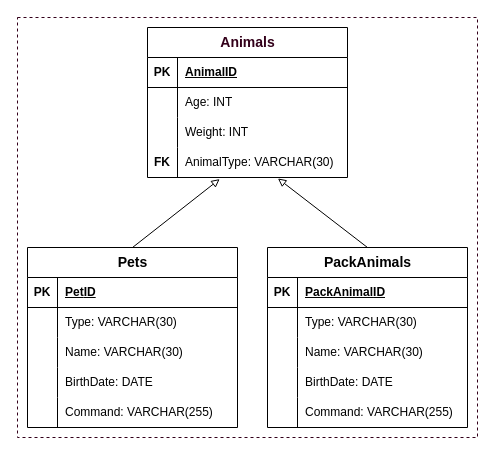
Before: OOP/ClassDiagram/class-diagram.drawio in PDV-geekbrains/The-final-task-of-the-first-year-of-study, a draw.io diagram. Source tidied: cells renumbered, new cells numbered last; positions are measured from the earlier drawing's top-left corner, leaving out a move shared by most shapes. Both pictures are drawn from the tidied source at 100%, with x=0, y=0 at pixel (17, 17).
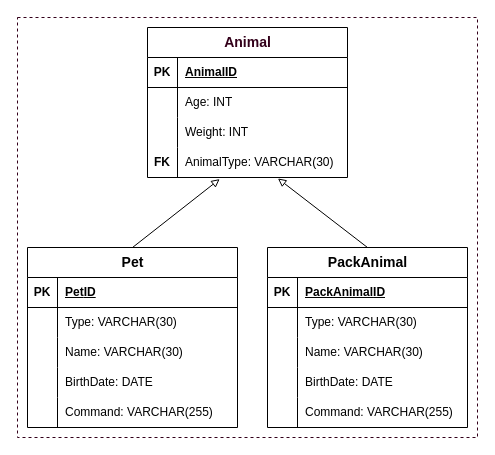
Above is the later version.

Commit message (it also covers changes not shown here):
class-diagram is modified.

The edit, as a diff of the source:
```diff
@@
+    <mxCell id="49" style="rounded=0;whiteSpace=wrap;html=1;dashed=1;strokeColor=#33001A;fillColor=none;" parent="1" vertex="1">
+      <mxGeometry width="460" height="420" as="geometry" />
+    </mxCell>
-    <mxCell id="2" value="&lt;span style=&quot;color: rgb(51, 0, 26); font-size: 14px;&quot;&gt;Animals&lt;/span&gt;" style="shape=table;startSize=30;childLayout=tableLayout;rowLines=0;fontStyle=1;align=center;html=1;" parent="1" vertex="1">
+    <mxCell id="2" value="&lt;span style=&quot;color: rgb(51, 0, 26); font-size: 14px;&quot;&gt;Animal&lt;/span&gt;" style="shape=table;startSize=30;childLayout=tableLayout;rowLines=0;fontStyle=1;align=center;html=1;" parent="1" vertex="1">
       <mxGeometry x="130" y="10" width="200" height="150" as="geometry" />
     </mxCell>
@@
-    <mxCell id="15" value="&lt;span style=&quot;font-size: 14px;&quot;&gt;Pets&lt;/span&gt;" style="shape=table;startSize=30;childLayout=tableLayout;rowLines=0;fontStyle=1;align=center;html=1;" parent="1" vertex="1">
+    <mxCell id="15" value="&lt;span style=&quot;font-size: 14px;&quot;&gt;Pet&lt;/span&gt;" style="shape=table;startSize=30;childLayout=tableLayout;rowLines=0;fontStyle=1;align=center;html=1;" parent="1" vertex="1">
       <mxGeometry x="10" y="230" width="210" height="180" as="geometry" />
     </mxCell>
@@
-    <mxCell id="31" value="&lt;span style=&quot;font-size: 14px;&quot;&gt;PackAnimals&lt;/span&gt;" style="shape=table;startSize=30;childLayout=tableLayout;rowLines=0;fontStyle=1;align=center;html=1;" parent="1" vertex="1">
+    <mxCell id="31" value="&lt;span style=&quot;font-size: 14px;&quot;&gt;PackAnimal&lt;/span&gt;" style="shape=table;startSize=30;childLayout=tableLayout;rowLines=0;fontStyle=1;align=center;html=1;" parent="1" vertex="1">
       <mxGeometry x="250" y="230" width="200" height="180" as="geometry" />
     </mxCell>
@@
-    <mxCell id="49" style="rounded=0;whiteSpace=wrap;html=1;dashed=1;strokeColor=#33001A;fillColor=none;" parent="1" vertex="1">
-      <mxGeometry width="460" height="420" as="geometry" />
-    </mxCell>
```
